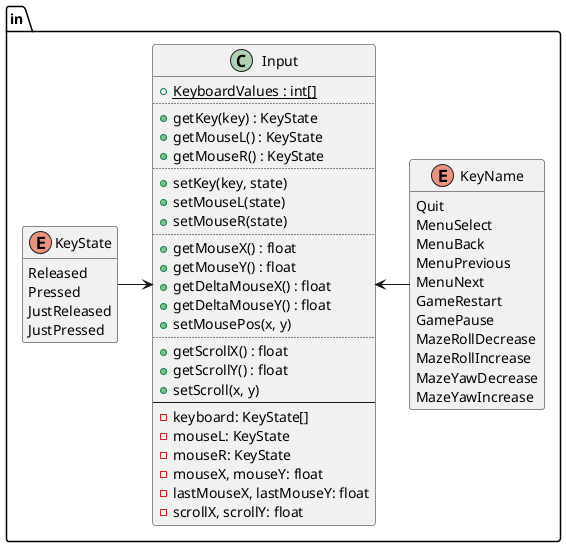
Before: design/in.png, a diagram exported from PlantUML (ba6er/marblemaze).
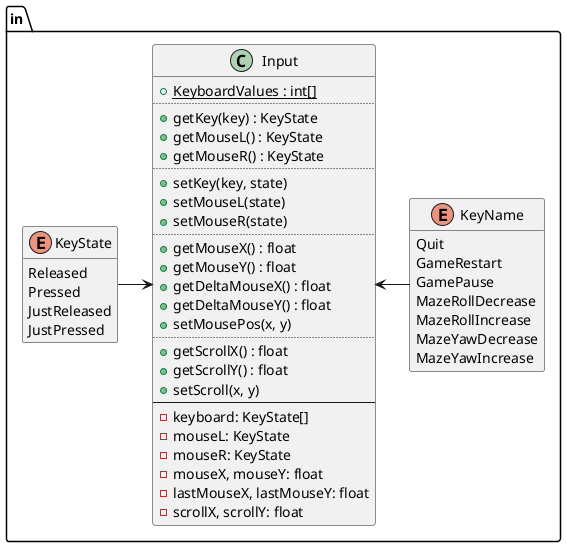
The same file after the commit.

Change to the diagram source:
```diff
@@ -11,10 +11,6 @@
 
 enum in::KeyName {
 	Quit
-	MenuSelect
-	MenuBack
-	MenuPrevious
-	MenuNext
 	GameRestart
 	GamePause
 	MazeRollDecrease
```
